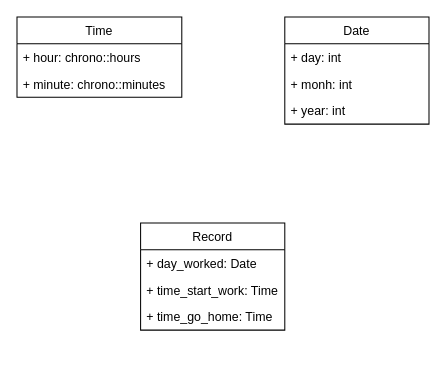
The draw.io diagram UML_Class/UserDefinedClass.drawio in Bronstein0x113c1c3/CS255, before the edit. Source tidied: cells renumbered, new cells numbered last; positions are measured from the earlier drawing's top-left corner, leaving out a move shared by most shapes. Both pictures are drawn from the tidied source at 103%, with x=0, y=0 at pixel (16, 16).
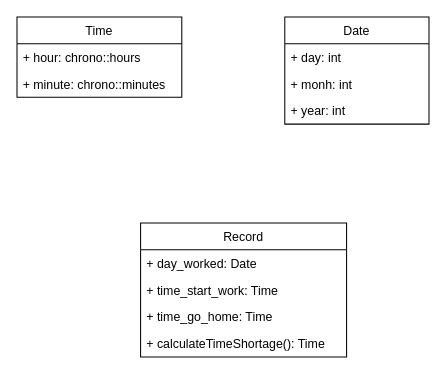
Above is the later version.

Change to the diagram source:
```diff
@@
 <mxGraphModel>
   <root>
     <mxCell id="0" />
     <mxCell id="1" parent="0" />
     <mxCell id="2" value="Date" style="swimlane;fontStyle=0;horizontal=1;startSize=26;fillColor=none;" parent="1" vertex="1">
       <mxGeometry x="260" width="140" height="104" as="geometry" />
     </mxCell>
     <mxCell id="3" value="+ day: int" style="text;strokeColor=none;fillColor=none;align=left;verticalAlign=top;spacingLeft=4;spacingRight=4;overflow=hidden;" parent="2" vertex="1">
       <mxGeometry y="26" width="140" height="26" as="geometry" />
     </mxCell>
     <mxCell id="4" value="+ monh: int" style="text;strokeColor=none;fillColor=none;align=left;verticalAlign=top;spacingLeft=4;spacingRight=4;overflow=hidden;" parent="2" vertex="1">
       <mxGeometry y="52" width="140" height="26" as="geometry" />
     </mxCell>
     <mxCell id="5" value="+ year: int" style="text;strokeColor=none;fillColor=none;align=left;verticalAlign=top;spacingLeft=4;spacingRight=4;overflow=hidden;" parent="2" vertex="1">
       <mxGeometry y="78" width="140" height="26" as="geometry" />
     </mxCell>
     <mxCell id="6" value="Time" style="swimlane;fontStyle=0;horizontal=1;startSize=26;fillColor=none;" parent="1" vertex="1">
       <mxGeometry width="160" height="78" as="geometry" />
     </mxCell>
     <mxCell id="7" value="+ hour: chrono::hours" style="text;strokeColor=none;fillColor=none;align=left;verticalAlign=top;spacingLeft=4;spacingRight=4;overflow=hidden;" parent="6" vertex="1">
       <mxGeometry y="26" width="160" height="26" as="geometry" />
     </mxCell>
     <mxCell id="8" value="+ minute: chrono::minutes" style="text;strokeColor=none;fillColor=none;align=left;verticalAlign=top;spacingLeft=4;spacingRight=4;overflow=hidden;" parent="6" vertex="1">
       <mxGeometry y="52" width="160" height="26" as="geometry" />
     </mxCell>
     <mxCell id="9" value="Record" style="swimlane;fontStyle=0;horizontal=1;startSize=26;fillColor=none;" parent="1" vertex="1">
-      <mxGeometry x="120" y="200" width="140" height="104" as="geometry" />
+      <mxGeometry x="120" y="200" width="200" height="130" as="geometry" />
     </mxCell>
     <mxCell id="10" value="+ day_worked: Date" style="text;strokeColor=none;fillColor=none;align=left;verticalAlign=top;spacingLeft=4;spacingRight=4;overflow=hidden;" parent="9" vertex="1">
-      <mxGeometry y="26" width="140" height="26" as="geometry" />
+      <mxGeometry y="26" width="200" height="26" as="geometry" />
     </mxCell>
     <mxCell id="11" value="+ time_start_work: Time" style="text;strokeColor=none;fillColor=none;align=left;verticalAlign=top;spacingLeft=4;spacingRight=4;overflow=hidden;" parent="9" vertex="1">
-      <mxGeometry y="52" width="140" height="26" as="geometry" />
+      <mxGeometry y="52" width="200" height="26" as="geometry" />
     </mxCell>
     <mxCell id="12" value="+ time_go_home: Time" style="text;strokeColor=none;fillColor=none;align=left;verticalAlign=top;spacingLeft=4;spacingRight=4;overflow=hidden;" parent="9" vertex="1">
-      <mxGeometry y="78" width="140" height="26" as="geometry" />
+      <mxGeometry y="78" width="200" height="26" as="geometry" />
     </mxCell>
+    <mxCell id="13" value="+ calculateTimeShortage(): Time" style="text;strokeColor=none;fillColor=none;align=left;verticalAlign=top;spacingLeft=4;spacingRight=4;overflow=hidden;" parent="9" vertex="1">
+      <mxGeometry y="104" width="200" height="26" as="geometry" />
+    </mxCell>
   </root>
 </mxGraphModel>
```
